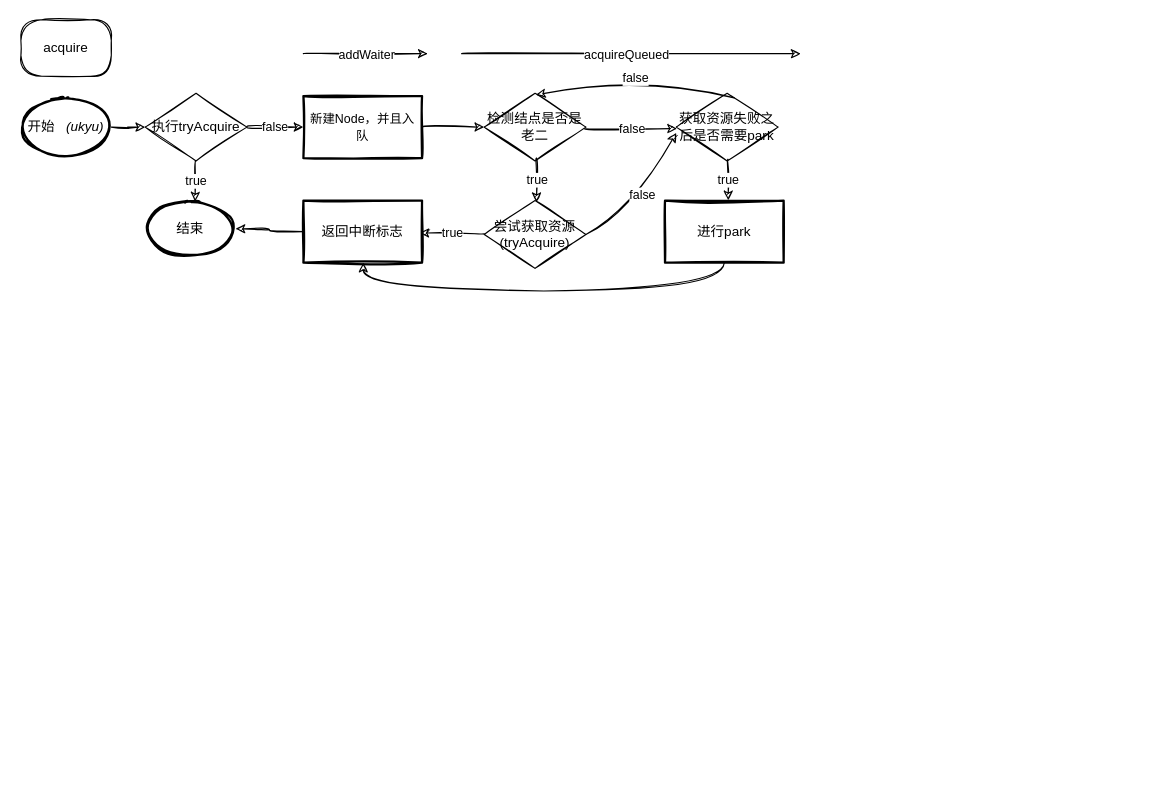
Above: AQS.drawio in uk403/diagrams (draw.io), before the change. Source tidied: cells renumbered, new cells numbered last; positions are measured from the earlier drawing's top-left corner, leaving out a move shared by most shapes. Both pictures are drawn from the tidied source at 113%, with x=0, y=0 at pixel (20, 19).
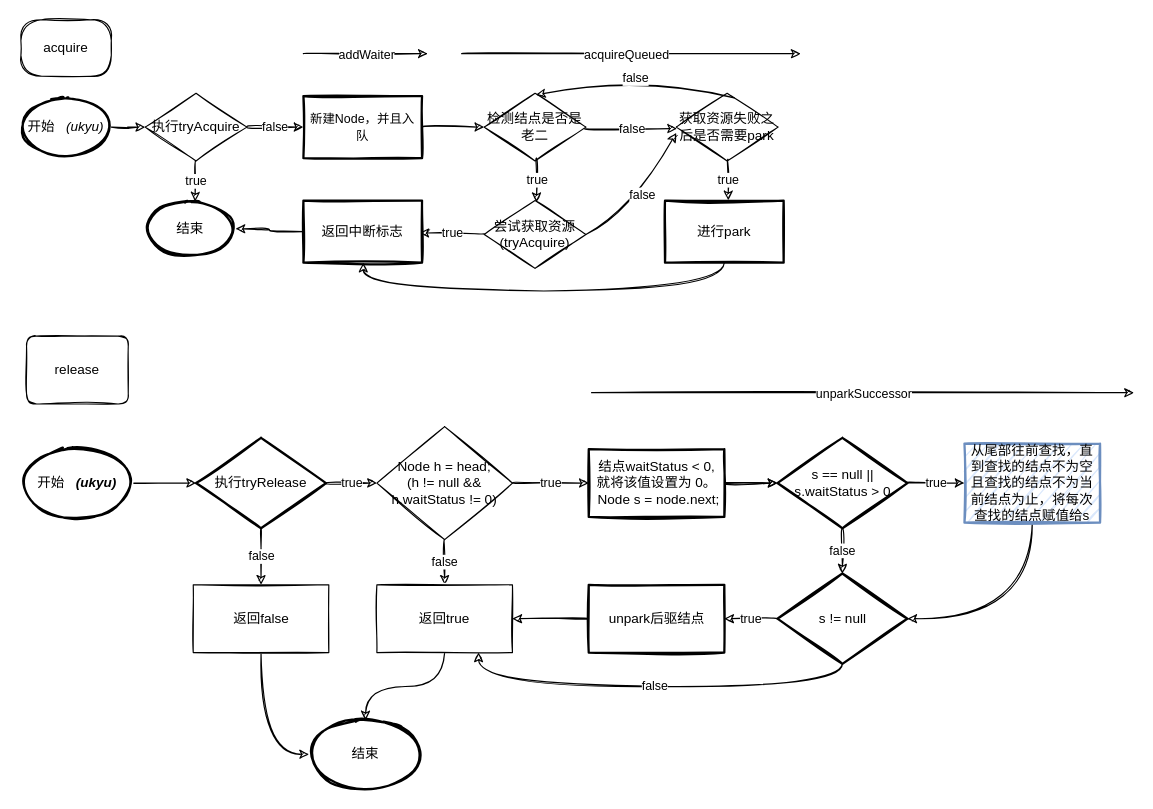
The same diagram, later.

Diff of the diagram source:
```diff
@@
+    <mxCell id="35" value="release" style="rounded=1;whiteSpace=wrap;html=1;sketch=1;" parent="1" vertex="1">
+      <mxGeometry x="5" y="280" width="90" height="60" as="geometry" />
+    </mxCell>
+    <mxCell id="36" style="edgeStyle=orthogonalEdgeStyle;rounded=0;jettySize=auto;html=1;sketch=1;curved=1;" parent="1" edge="1" source="37" target="40">
+      <mxGeometry relative="1" as="geometry" />
+    </mxCell>
+    <mxCell id="37" value="开始&amp;nbsp; &lt;i&gt;&lt;b&gt;&amp;nbsp;(ukyu)&lt;/b&gt;&lt;/i&gt;" style="strokeWidth=2;html=1;shape=mxgraph.flowchart.start_1;whiteSpace=wrap;sketch=1;" parent="1" vertex="1">
+      <mxGeometry y="380" width="100" height="60" as="geometry" />
+    </mxCell>
+    <mxCell id="38" value="true" style="edgeStyle=orthogonalEdgeStyle;rounded=0;jettySize=auto;html=1;sketch=1;curved=1;" parent="1" edge="1" source="40" target="44">
+      <mxGeometry relative="1" as="geometry" />
+    </mxCell>
+    <mxCell id="39" value="false" style="edgeStyle=orthogonalEdgeStyle;rounded=0;jettySize=auto;html=1;sketch=1;curved=1;" parent="1" edge="1" source="40" target="56">
+      <mxGeometry relative="1" as="geometry" />
+    </mxCell>
+    <mxCell id="40" value="执行tryRelease" style="rhombus;whiteSpace=wrap;html=1;strokeWidth=2;sketch=1;" parent="1" vertex="1">
+      <mxGeometry x="155" y="370" width="115" height="80" as="geometry" />
+    </mxCell>
+    <mxCell id="41" value="结束" style="ellipse;whiteSpace=wrap;html=1;strokeWidth=2;sketch=1;" parent="1" vertex="1">
+      <mxGeometry x="255" y="620" width="100" height="60" as="geometry" />
+    </mxCell>
+    <mxCell id="42" value="true" style="edgeStyle=orthogonalEdgeStyle;rounded=0;jettySize=auto;html=1;exitX=1;exitY=0.5;exitDx=0;exitDy=0;sketch=1;curved=1;" parent="1" edge="1" source="44" target="49">
+      <mxGeometry relative="1" as="geometry" />
+    </mxCell>
+    <mxCell id="43" value="false" style="edgeStyle=orthogonalEdgeStyle;rounded=0;jettySize=auto;html=1;sketch=1;curved=1;" parent="1" edge="1" source="44" target="54">
+      <mxGeometry relative="1" as="geometry" />
+    </mxCell>
+    <mxCell id="44" value="Node h = head;&lt;br&gt;(h != null &amp;amp;&amp;amp; h.waitStatus != 0)" style="rhombus;whiteSpace=wrap;html=1;strokeWidth=1;sketch=1;" parent="1" vertex="1">
+      <mxGeometry x="315" y="360" width="120" height="100" as="geometry" />
+    </mxCell>
+    <mxCell id="45" style="endArrow=classic;html=1;sketch=1;curved=1;" parent="1" edge="1">
+      <mxGeometry relative="1" as="geometry">
+        <mxPoint x="505" y="330" as="sourcePoint" />
+        <mxPoint x="985" y="330" as="targetPoint" />
+        <Array as="points">
+          <mxPoint x="675" y="330" />
+        </Array>
+      </mxGeometry>
+    </mxCell>
+    <mxCell id="46" value="unparkSuccessor" style="edgeLabel;html=1;align=center;verticalAlign=middle;sketch=1;" parent="45" vertex="1">
+      <mxGeometry relative="1" as="geometry" />
+    </mxCell>
+    <mxCell id="47" style="edgeStyle=orthogonalEdgeStyle;rounded=0;jettySize=auto;html=1;sketch=1;curved=1;" parent="1" edge="1" source="49" target="52">
+      <mxGeometry relative="1" as="geometry" />
+    </mxCell>
+    <mxCell id="48" style="edgeStyle=orthogonalEdgeStyle;rounded=0;jettySize=auto;html=1;sketch=1;curved=1;" parent="1" edge="1" source="49" target="52">
+      <mxGeometry relative="1" as="geometry" />
+    </mxCell>
+    <mxCell id="49" value="&lt;br&gt;结点waitStatus &amp;lt; 0, 就将该值设置为 0。&lt;br&gt;&amp;nbsp;&lt;span&gt;Node s = node.next;&lt;br&gt;&lt;br&gt;&lt;/span&gt;" style="whiteSpace=wrap;html=1;strokeWidth=2;sketch=1;" parent="1" vertex="1">
+      <mxGeometry x="502.5" y="380" width="120" height="60" as="geometry" />
+    </mxCell>
+    <mxCell id="50" value="true" style="edgeStyle=orthogonalEdgeStyle;rounded=0;jettySize=auto;html=1;sketch=1;curved=1;" parent="1" edge="1" source="52" target="60">
+      <mxGeometry relative="1" as="geometry" />
+    </mxCell>
+    <mxCell id="51" value="false" style="edgeStyle=orthogonalEdgeStyle;rounded=0;jettySize=auto;html=1;sketch=1;curved=1;" parent="1" edge="1" source="52" target="63">
+      <mxGeometry relative="1" as="geometry" />
+    </mxCell>
+    <mxCell id="52" value="s == null || s.waitStatus &amp;gt; 0" style="rhombus;whiteSpace=wrap;html=1;strokeWidth=2;sketch=1;" parent="1" vertex="1">
+      <mxGeometry x="669.5" y="370" width="115" height="80" as="geometry" />
+    </mxCell>
+    <mxCell id="53" style="edgeStyle=orthogonalEdgeStyle;rounded=0;jettySize=auto;html=1;exitX=0.5;exitY=1;exitDx=0;exitDy=0;entryX=0.5;entryY=0;entryDx=0;entryDy=0;sketch=1;curved=1;" parent="1" edge="1" source="54" target="41">
+      <mxGeometry relative="1" as="geometry" />
+    </mxCell>
+    <mxCell id="54" value="返回true" style="whiteSpace=wrap;html=1;strokeWidth=1;sketch=1;" parent="1" vertex="1">
+      <mxGeometry x="315" y="500" width="120" height="60" as="geometry" />
+    </mxCell>
+    <mxCell id="55" style="edgeStyle=orthogonalEdgeStyle;rounded=0;jettySize=auto;html=1;exitX=0.5;exitY=1;exitDx=0;exitDy=0;entryX=0;entryY=0.5;entryDx=0;entryDy=0;sketch=1;curved=1;" parent="1" edge="1" source="56" target="41">
+      <mxGeometry relative="1" as="geometry" />
+    </mxCell>
+    <mxCell id="56" value="返回false" style="whiteSpace=wrap;html=1;strokeWidth=1;sketch=1;" parent="1" vertex="1">
+      <mxGeometry x="152.5" y="500" width="120" height="60" as="geometry" />
+    </mxCell>
+    <mxCell id="57" style="edgeStyle=orthogonalEdgeStyle;rounded=0;jettySize=auto;html=1;exitX=0;exitY=0.5;exitDx=0;exitDy=0;sketch=1;curved=1;" parent="1" edge="1" source="58" target="54">
+      <mxGeometry relative="1" as="geometry" />
+    </mxCell>
+    <mxCell id="58" value="unpark后驱结点" style="whiteSpace=wrap;html=1;strokeWidth=2;sketch=1;" parent="1" vertex="1">
+      <mxGeometry x="502.5" y="500" width="120" height="60" as="geometry" />
+    </mxCell>
+    <mxCell id="59" style="edgeStyle=orthogonalEdgeStyle;rounded=0;jettySize=auto;html=1;exitX=0.5;exitY=1;exitDx=0;exitDy=0;entryX=1;entryY=0.5;entryDx=0;entryDy=0;sketch=1;curved=1;" parent="1" edge="1" source="60" target="63">
+      <mxGeometry relative="1" as="geometry" />
+    </mxCell>
+    <mxCell id="60" value="从尾部往前查找，直到查找的结点不为空且查找的结点不为当前结点为止，将每次查找的结点赋值给s" style="whiteSpace=wrap;html=1;strokeWidth=2;sketch=1;fillColor=#dae8fc;strokeColor=#6c8ebf;" parent="1" vertex="1">
+      <mxGeometry x="835" y="375" width="120" height="70" as="geometry" />
+    </mxCell>
+    <mxCell id="61" value="true" style="edgeStyle=orthogonalEdgeStyle;rounded=0;jettySize=auto;html=1;exitX=0;exitY=0.5;exitDx=0;exitDy=0;entryX=1;entryY=0.5;entryDx=0;entryDy=0;sketch=1;curved=1;" parent="1" edge="1" source="63" target="58">
+      <mxGeometry relative="1" as="geometry" />
+    </mxCell>
+    <mxCell id="62" value="false" style="edgeStyle=orthogonalEdgeStyle;rounded=0;jettySize=auto;html=1;exitX=0.5;exitY=1;exitDx=0;exitDy=0;entryX=0.75;entryY=1;entryDx=0;entryDy=0;sketch=1;curved=1;" parent="1" edge="1" source="63" target="54">
+      <mxGeometry relative="1" as="geometry" />
+    </mxCell>
+    <mxCell id="63" value="s != null" style="rhombus;whiteSpace=wrap;html=1;strokeWidth=2;sketch=1;" parent="1" vertex="1">
+      <mxGeometry x="669.5" y="490" width="115" height="80" as="geometry" />
+    </mxCell>
```
